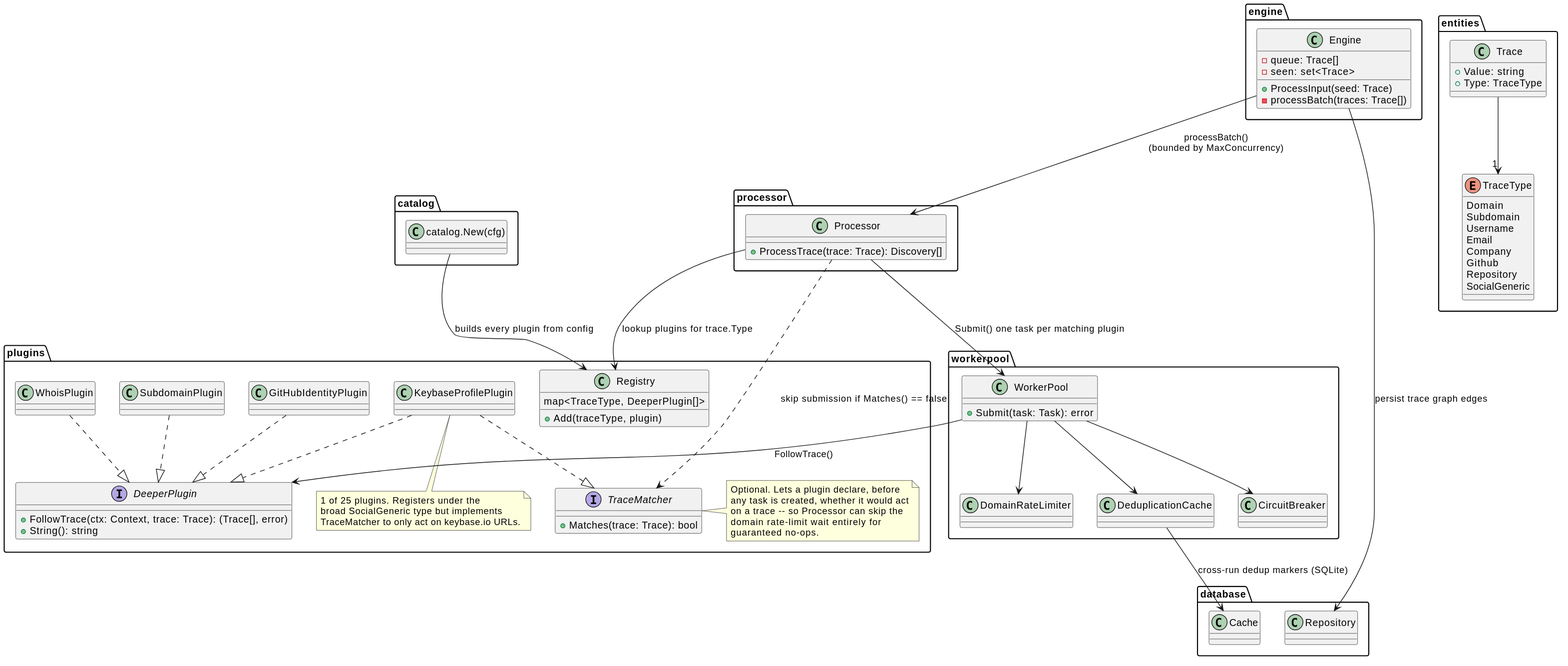
Earlier version of the PlantUML export docs/images/docs/Architecture.svg (smirnoffmg/deeper).
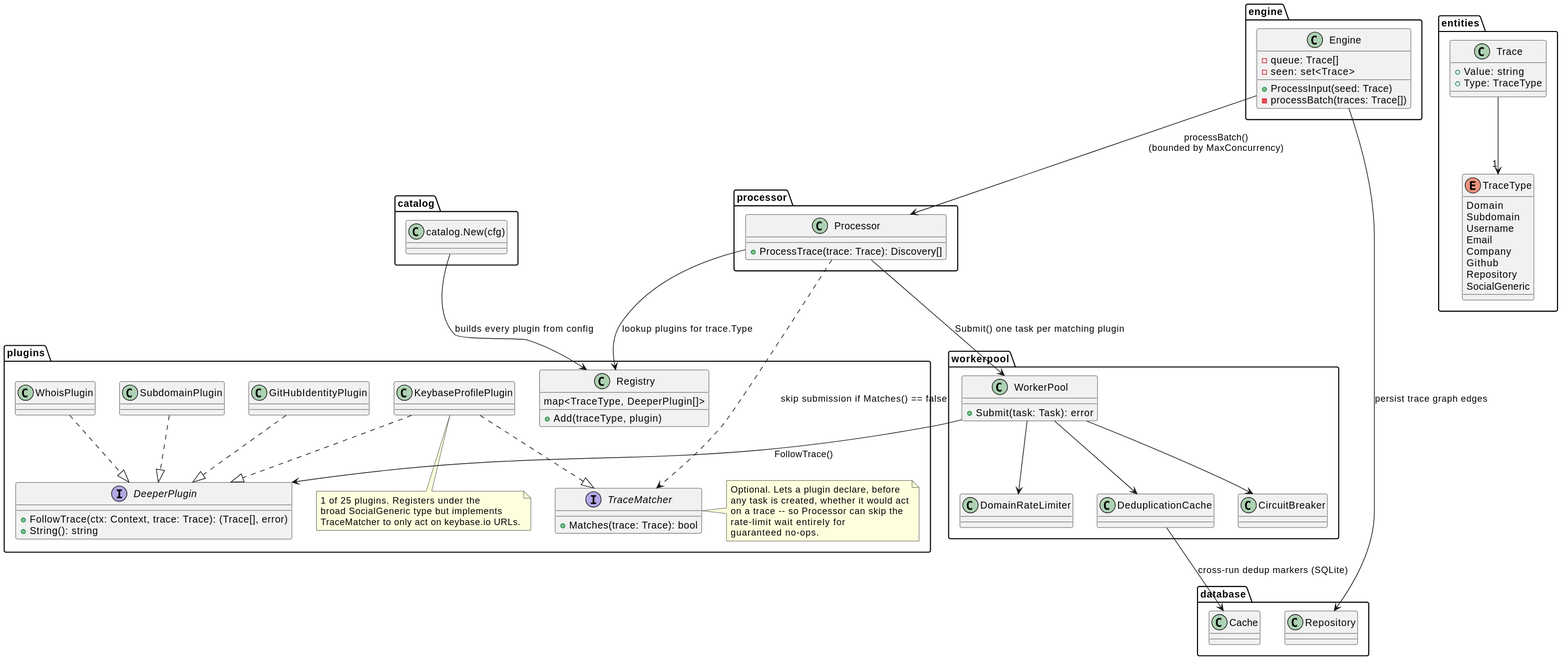
After the commit.

Commit message:
fix: rate-limit each plugin in its own bucket

Change to the diagram source:
```diff
@@ -33,7 +33,7 @@
         Optional. Lets a plugin declare, before
         any task is created, whether it would act
         on a trace -- so Processor can skip the
-        domain rate-limit wait entirely for
+        rate-limit wait entirely for
         guaranteed no-ops.
     end note
 
```
